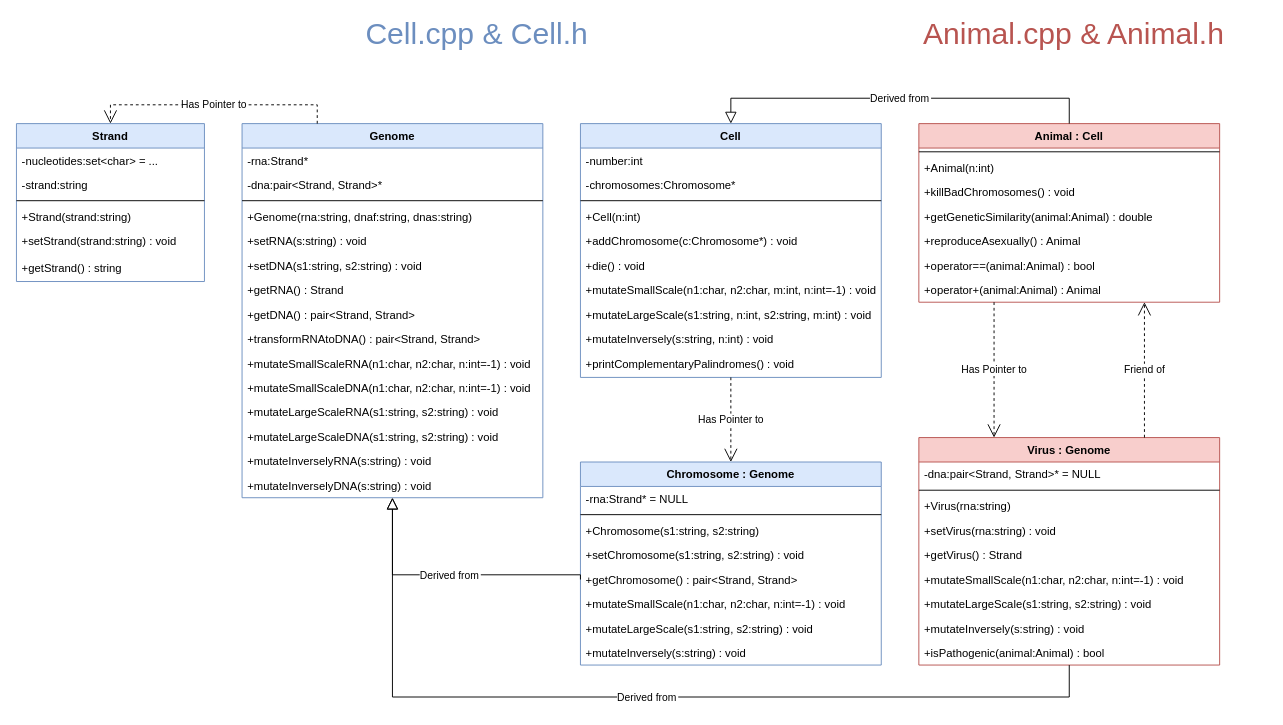
Before: schema/classes.drawio in k-forghani/class-of-life, a draw.io diagram. Source tidied: cells renumbered, new cells numbered last; positions are measured from the earlier drawing's top-left corner, leaving out a move shared by most shapes. Both pictures are drawn from the tidied source at 94%, with x=0, y=0 at pixel (16, 20).
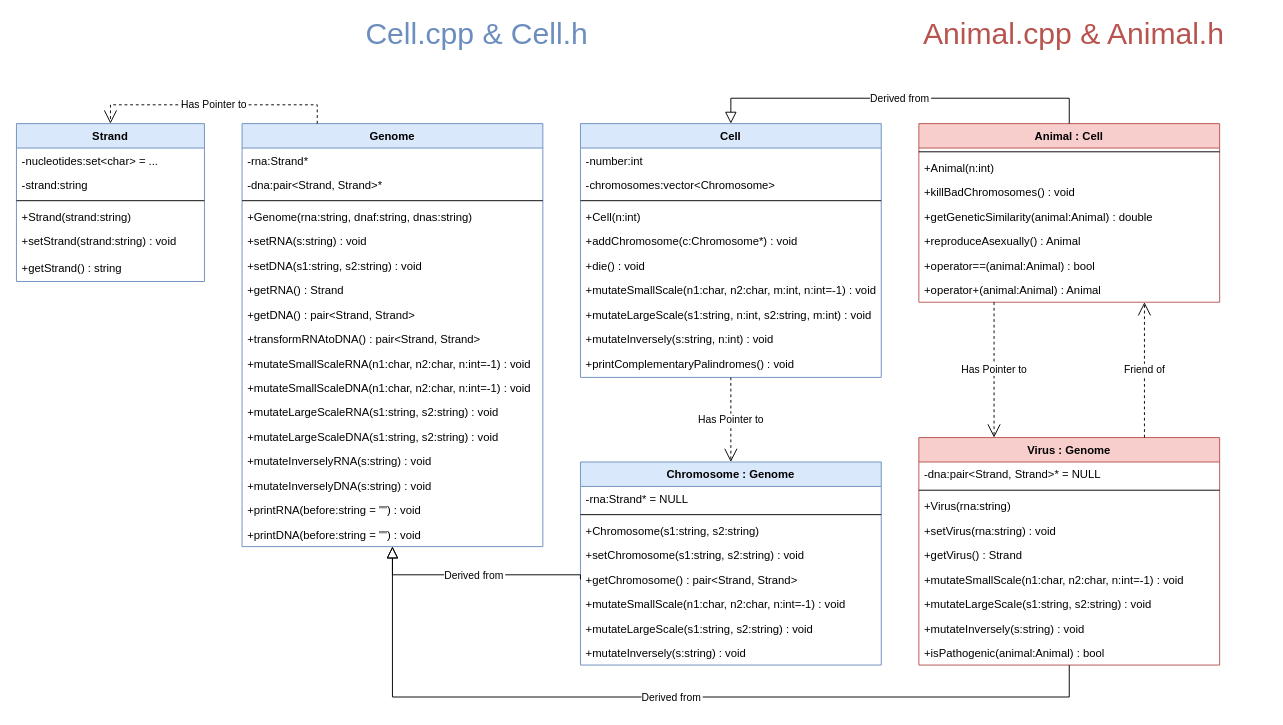
The same diagram, later.

The change refers to these unchanged cells:
```xml
<mxCell id="35" value="Cell" style="swimlane;fontStyle=1;align=center;verticalAlign=top;horizontal=1;startSize=26;rounded=0;shadow=0;strokeWidth=1;fillColor=#dae8fc;strokeColor=#6c8ebf;swimlaneFillColor=default;" parent="1" vertex="1">
  <mxGeometry x="600" y="110" width="320" height="270" as="geometry" />
</mxCell>
```

Diff of the diagram source:
```diff
@@
     <mxCell id="2" value="Genome" style="swimlane;fontStyle=1;align=center;verticalAlign=top;horizontal=1;startSize=26;rounded=0;shadow=0;strokeWidth=1;fillColor=#dae8fc;strokeColor=#6c8ebf;gradientColor=none;swimlaneFillColor=default;" parent="1" vertex="1">
-      <mxGeometry x="240" y="110" width="320" height="398" as="geometry" />
+      <mxGeometry x="240" y="110" width="320" height="450" as="geometry" />
     </mxCell>
@@
+    <mxCell id="72" value="+printRNA(before:string = &quot;&quot;) : void" style="text;align=left;verticalAlign=top;spacingLeft=4;spacingRight=4;overflow=hidden;" parent="2" vertex="1">
+      <mxGeometry y="398" width="320" height="26" as="geometry" />
+    </mxCell>
+    <mxCell id="73" value="+printDNA(before:string = &quot;&quot;) : void" style="text;align=left;verticalAlign=top;spacingLeft=4;spacingRight=4;overflow=hidden;" parent="2" vertex="1">
+      <mxGeometry y="424" width="320" height="26" as="geometry" />
+    </mxCell>
@@
-    <mxCell id="37" value="-chromosomes:Chromosome*" style="text;align=left;verticalAlign=top;spacingLeft=4;spacingRight=4;overflow=hidden;" parent="35" vertex="1">
+    <mxCell id="37" value="-chromosomes:vector&lt;Chromosome&gt;" style="text;align=left;verticalAlign=top;spacingLeft=4;spacingRight=4;overflow=hidden;" parent="35" vertex="1">
       <mxGeometry y="52" width="320" height="26" as="geometry" />
     </mxCell>
```
